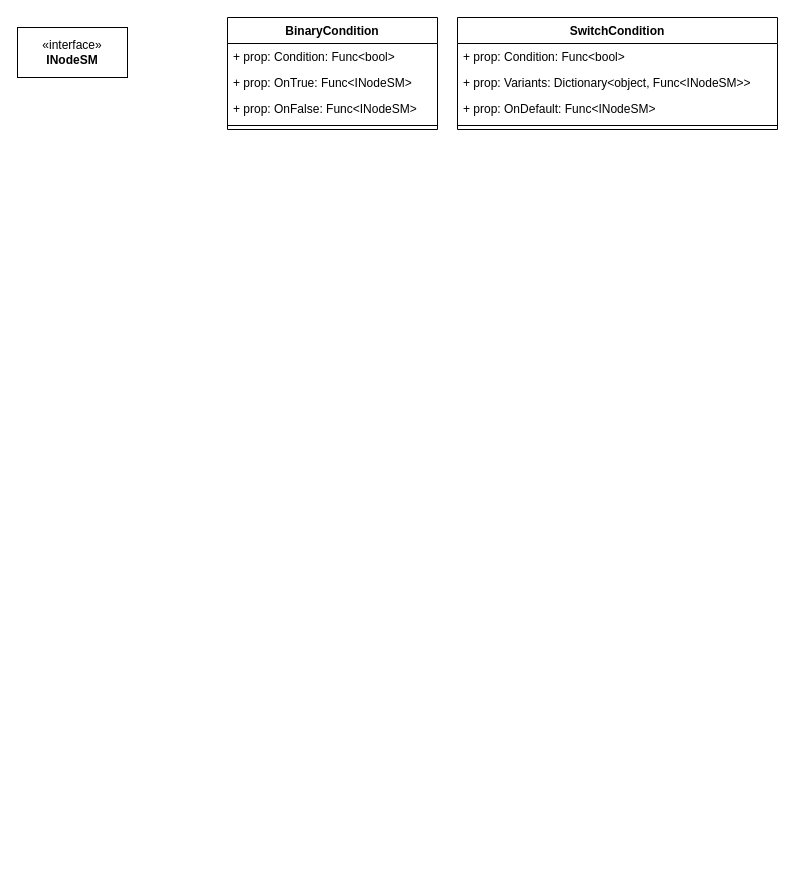
This is SM.drawio from EvgeniyRuban/Diogramms, a draw.io file, before an edit. Source tidied: cells renumbered, new cells numbered last; positions are measured from the earlier drawing's top-left corner, leaving out a move shared by most shapes. Both pictures are drawn from the tidied source at 100%, with x=0, y=0 at pixel (17, 17).
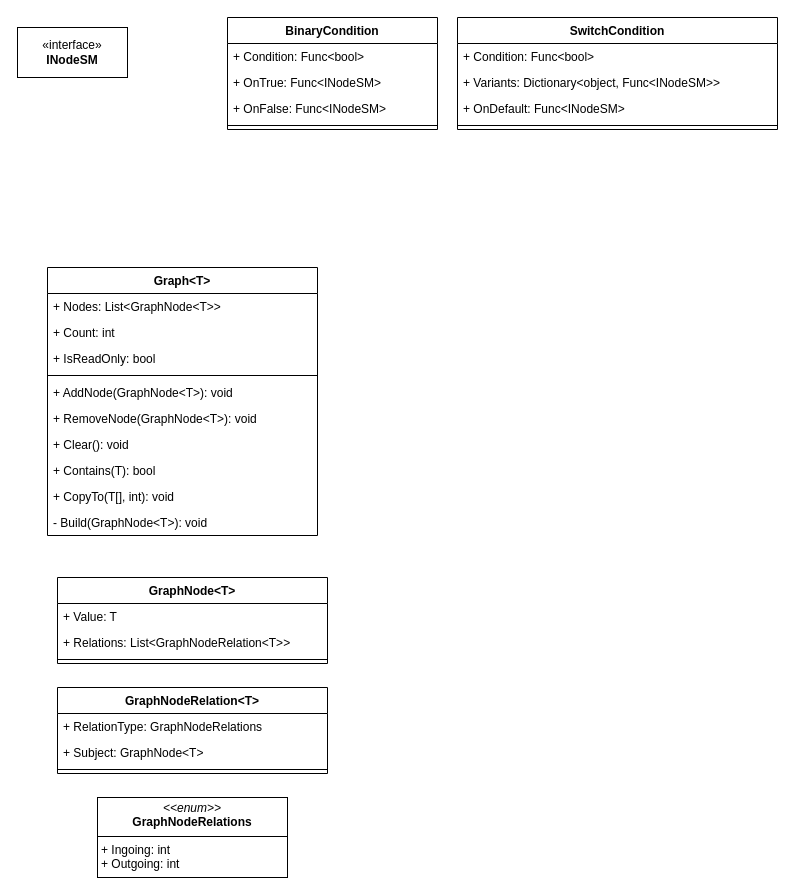
The same diagram, later.

Unchanged cells that the change refers to:
```xml
<mxCell id="2" value="BinaryCondition" style="swimlane;fontStyle=1;align=center;verticalAlign=top;horizontal=1;startSize=26;whiteSpace=wrap;html=1;" parent="1" vertex="1">
  <mxGeometry x="210" width="210" height="112" as="geometry" />
</mxCell>
<mxCell id="8" value="SwitchCondition" style="swimlane;fontStyle=1;align=center;verticalAlign=top;horizontal=1;startSize=26;whiteSpace=wrap;html=1;" parent="1" vertex="1">
  <mxGeometry x="440" width="320" height="112" as="geometry" />
</mxCell>
```

Change to the diagram source:
```diff
@@
-    <mxCell id="3" value="+ prop: Condition: Func&amp;lt;bool&amp;gt;" style="text;strokeColor=none;fillColor=none;align=left;verticalAlign=top;spacingLeft=4;spacingRight=4;overflow=hidden;whiteSpace=wrap;html=1;" parent="2" vertex="1">
+    <mxCell id="3" value="+ Condition: Func&amp;lt;bool&amp;gt;" style="text;strokeColor=none;fillColor=none;align=left;verticalAlign=top;spacingLeft=4;spacingRight=4;overflow=hidden;whiteSpace=wrap;html=1;" parent="2" vertex="1">
       <mxGeometry y="26" width="210" height="26" as="geometry" />
     </mxCell>
-    <mxCell id="4" value="+ prop: OnTrue: Func&amp;lt;INodeSM&amp;gt;" style="text;strokeColor=none;fillColor=none;align=left;verticalAlign=top;spacingLeft=4;spacingRight=4;overflow=hidden;whiteSpace=wrap;html=1;" parent="2" vertex="1">
+    <mxCell id="4" value="+ OnTrue: Func&amp;lt;INodeSM&amp;gt;" style="text;strokeColor=none;fillColor=none;align=left;verticalAlign=top;spacingLeft=4;spacingRight=4;overflow=hidden;whiteSpace=wrap;html=1;" parent="2" vertex="1">
       <mxGeometry y="52" width="210" height="26" as="geometry" />
     </mxCell>
-    <mxCell id="5" value="+ prop: OnFalse: Func&amp;lt;INodeSM&amp;gt;" style="text;strokeColor=none;fillColor=none;align=left;verticalAlign=top;spacingLeft=4;spacingRight=4;overflow=hidden;whiteSpace=wrap;html=1;" parent="2" vertex="1">
+    <mxCell id="5" value="+ OnFalse: Func&amp;lt;INodeSM&amp;gt;" style="text;strokeColor=none;fillColor=none;align=left;verticalAlign=top;spacingLeft=4;spacingRight=4;overflow=hidden;whiteSpace=wrap;html=1;" parent="2" vertex="1">
       <mxGeometry y="78" width="210" height="26" as="geometry" />
     </mxCell>
@@
-    <mxCell id="9" value="+ prop: Condition: Func&amp;lt;bool&amp;gt;" style="text;strokeColor=none;fillColor=none;align=left;verticalAlign=top;spacingLeft=4;spacingRight=4;overflow=hidden;whiteSpace=wrap;html=1;" parent="8" vertex="1">
+    <mxCell id="9" value="+ Condition: Func&amp;lt;bool&amp;gt;" style="text;strokeColor=none;fillColor=none;align=left;verticalAlign=top;spacingLeft=4;spacingRight=4;overflow=hidden;whiteSpace=wrap;html=1;" parent="8" vertex="1">
       <mxGeometry y="26" width="320" height="26" as="geometry" />
     </mxCell>
-    <mxCell id="10" value="+ prop: Variants: Dictionary&amp;lt;object, Func&amp;lt;INodeSM&amp;gt;&amp;gt;" style="text;strokeColor=none;fillColor=none;align=left;verticalAlign=top;spacingLeft=4;spacingRight=4;overflow=hidden;whiteSpace=wrap;html=1;" parent="8" vertex="1">
+    <mxCell id="10" value="+ Variants: Dictionary&amp;lt;object, Func&amp;lt;INodeSM&amp;gt;&amp;gt;" style="text;strokeColor=none;fillColor=none;align=left;verticalAlign=top;spacingLeft=4;spacingRight=4;overflow=hidden;whiteSpace=wrap;html=1;" parent="8" vertex="1">
       <mxGeometry y="52" width="320" height="26" as="geometry" />
     </mxCell>
-    <mxCell id="11" value="+ prop: OnDefault: Func&amp;lt;INodeSM&amp;gt;" style="text;strokeColor=none;fillColor=none;align=left;verticalAlign=top;spacingLeft=4;spacingRight=4;overflow=hidden;whiteSpace=wrap;html=1;" parent="8" vertex="1">
+    <mxCell id="11" value="+ OnDefault: Func&amp;lt;INodeSM&amp;gt;" style="text;strokeColor=none;fillColor=none;align=left;verticalAlign=top;spacingLeft=4;spacingRight=4;overflow=hidden;whiteSpace=wrap;html=1;" parent="8" vertex="1">
       <mxGeometry y="78" width="320" height="26" as="geometry" />
     </mxCell>
@@
+    <mxCell id="13" value="Graph&amp;lt;T&amp;gt;" style="swimlane;fontStyle=1;align=center;verticalAlign=top;horizontal=1;startSize=26;whiteSpace=wrap;html=1;" parent="1" vertex="1">
+      <mxGeometry x="30" y="250" width="270" height="268" as="geometry" />
+    </mxCell>
+    <mxCell id="14" value="+ Nodes: List&amp;lt;GraphNode&amp;lt;T&amp;gt;&amp;gt;" style="text;strokeColor=none;fillColor=none;align=left;verticalAlign=top;spacingLeft=4;spacingRight=4;overflow=hidden;whiteSpace=wrap;html=1;" parent="13" vertex="1">
+      <mxGeometry y="26" width="270" height="26" as="geometry" />
+    </mxCell>
+    <mxCell id="15" value="+ Count: int" style="text;strokeColor=none;fillColor=none;align=left;verticalAlign=top;spacingLeft=4;spacingRight=4;overflow=hidden;whiteSpace=wrap;html=1;" parent="13" vertex="1">
+      <mxGeometry y="52" width="270" height="26" as="geometry" />
+    </mxCell>
+    <mxCell id="16" value="+ IsReadOnly: bool" style="text;strokeColor=none;fillColor=none;align=left;verticalAlign=top;spacingLeft=4;spacingRight=4;overflow=hidden;whiteSpace=wrap;html=1;" parent="13" vertex="1">
+      <mxGeometry y="78" width="270" height="26" as="geometry" />
+    </mxCell>
+    <mxCell id="17" style="line;strokeWidth=1;fillColor=none;align=left;verticalAlign=middle;spacingTop=-1;spacingLeft=3;spacingRight=3;labelPosition=right;strokeColor=inherit;" parent="13" vertex="1">
+      <mxGeometry y="104" width="270" height="8" as="geometry" />
+    </mxCell>
+    <mxCell id="18" value="+ AddNode(GraphNode&amp;lt;T&amp;gt;): void" style="text;strokeColor=none;fillColor=none;align=left;verticalAlign=top;spacingLeft=4;spacingRight=4;overflow=hidden;whiteSpace=wrap;html=1;" parent="13" vertex="1">
+      <mxGeometry y="112" width="270" height="26" as="geometry" />
+    </mxCell>
+    <mxCell id="19" value="+ RemoveNode(GraphNode&amp;lt;T&amp;gt;): void" style="text;strokeColor=none;fillColor=none;align=left;verticalAlign=top;spacingLeft=4;spacingRight=4;overflow=hidden;whiteSpace=wrap;html=1;" parent="13" vertex="1">
+      <mxGeometry y="138" width="270" height="26" as="geometry" />
+    </mxCell>
+    <mxCell id="20" value="+ Clear(): void" style="text;strokeColor=none;fillColor=none;align=left;verticalAlign=top;spacingLeft=4;spacingRight=4;overflow=hidden;whiteSpace=wrap;html=1;" parent="13" vertex="1">
+      <mxGeometry y="164" width="270" height="26" as="geometry" />
+    </mxCell>
+    <mxCell id="21" value="+ Contains(T): bool" style="text;strokeColor=none;fillColor=none;align=left;verticalAlign=top;spacingLeft=4;spacingRight=4;overflow=hidden;whiteSpace=wrap;html=1;" parent="13" vertex="1">
+      <mxGeometry y="190" width="270" height="26" as="geometry" />
+    </mxCell>
+    <mxCell id="22" value="+ CopyTo(T[], int): void" style="text;strokeColor=none;fillColor=none;align=left;verticalAlign=top;spacingLeft=4;spacingRight=4;overflow=hidden;whiteSpace=wrap;html=1;" parent="13" vertex="1">
+      <mxGeometry y="216" width="270" height="26" as="geometry" />
+    </mxCell>
+    <mxCell id="23" value="- Build(GraphNode&amp;lt;T&amp;gt;): void" style="text;strokeColor=none;fillColor=none;align=left;verticalAlign=top;spacingLeft=4;spacingRight=4;overflow=hidden;whiteSpace=wrap;html=1;" parent="13" vertex="1">
+      <mxGeometry y="242" width="270" height="26" as="geometry" />
+    </mxCell>
+    <mxCell id="24" value="GraphNode&amp;lt;T&amp;gt;" style="swimlane;fontStyle=1;align=center;verticalAlign=top;horizontal=1;startSize=26;whiteSpace=wrap;html=1;" parent="1" vertex="1">
+      <mxGeometry x="40" y="560" width="270" height="86" as="geometry" />
+    </mxCell>
+    <mxCell id="25" value="+ Value: T" style="text;strokeColor=none;fillColor=none;align=left;verticalAlign=top;spacingLeft=4;spacingRight=4;overflow=hidden;whiteSpace=wrap;html=1;" parent="24" vertex="1">
+      <mxGeometry y="26" width="270" height="26" as="geometry" />
+    </mxCell>
+    <mxCell id="26" value="+ Relations: List&amp;lt;GraphNodeRelation&amp;lt;T&amp;gt;&amp;gt;" style="text;strokeColor=none;fillColor=none;align=left;verticalAlign=top;spacingLeft=4;spacingRight=4;overflow=hidden;whiteSpace=wrap;html=1;" parent="24" vertex="1">
+      <mxGeometry y="52" width="270" height="26" as="geometry" />
+    </mxCell>
+    <mxCell id="27" style="line;strokeWidth=1;fillColor=none;align=left;verticalAlign=middle;spacingTop=-1;spacingLeft=3;spacingRight=3;labelPosition=right;strokeColor=inherit;" parent="24" vertex="1">
+      <mxGeometry y="78" width="270" height="8" as="geometry" />
+    </mxCell>
+    <mxCell id="28" value="GraphNodeRelation&amp;lt;T&amp;gt;" style="swimlane;fontStyle=1;align=center;verticalAlign=top;horizontal=1;startSize=26;whiteSpace=wrap;html=1;" parent="1" vertex="1">
+      <mxGeometry x="40" y="670" width="270" height="86" as="geometry" />
+    </mxCell>
+    <mxCell id="29" value="+ RelationType: GraphNodeRelations" style="text;strokeColor=none;fillColor=none;align=left;verticalAlign=top;spacingLeft=4;spacingRight=4;overflow=hidden;whiteSpace=wrap;html=1;" parent="28" vertex="1">
+      <mxGeometry y="26" width="270" height="26" as="geometry" />
+    </mxCell>
+    <mxCell id="30" value="+ Subject: GraphNode&amp;lt;T&amp;gt;" style="text;strokeColor=none;fillColor=none;align=left;verticalAlign=top;spacingLeft=4;spacingRight=4;overflow=hidden;whiteSpace=wrap;html=1;" parent="28" vertex="1">
+      <mxGeometry y="52" width="270" height="26" as="geometry" />
+    </mxCell>
+    <mxCell id="31" style="line;strokeWidth=1;fillColor=none;align=left;verticalAlign=middle;spacingTop=-1;spacingLeft=3;spacingRight=3;labelPosition=right;strokeColor=inherit;" parent="28" vertex="1">
+      <mxGeometry y="78" width="270" height="8" as="geometry" />
+    </mxCell>
+    <mxCell id="32" value="&lt;p style=&quot;margin:0px;margin-top:4px;text-align:center;&quot;&gt;&lt;i&gt;&amp;lt;&amp;lt;enum&amp;gt;&amp;gt;&lt;/i&gt;&lt;br&gt;&lt;b&gt;GraphNodeRelations&lt;/b&gt;&lt;/p&gt;&lt;hr size=&quot;1&quot; style=&quot;border-style:solid;&quot;&gt;&lt;p style=&quot;margin:0px;margin-left:4px;&quot;&gt;+ Ingoing: int&lt;br&gt;+ &lt;span style=&quot;background-color: initial;&quot;&gt;Outgoing: int&lt;/span&gt;&lt;/p&gt;&lt;p style=&quot;margin:0px;margin-left:4px;&quot;&gt;&lt;br&gt;&lt;/p&gt;" style="verticalAlign=top;align=left;overflow=fill;html=1;whiteSpace=wrap;" parent="1" vertex="1">
+      <mxGeometry x="80" y="780" width="190" height="80" as="geometry" />
+    </mxCell>
```
